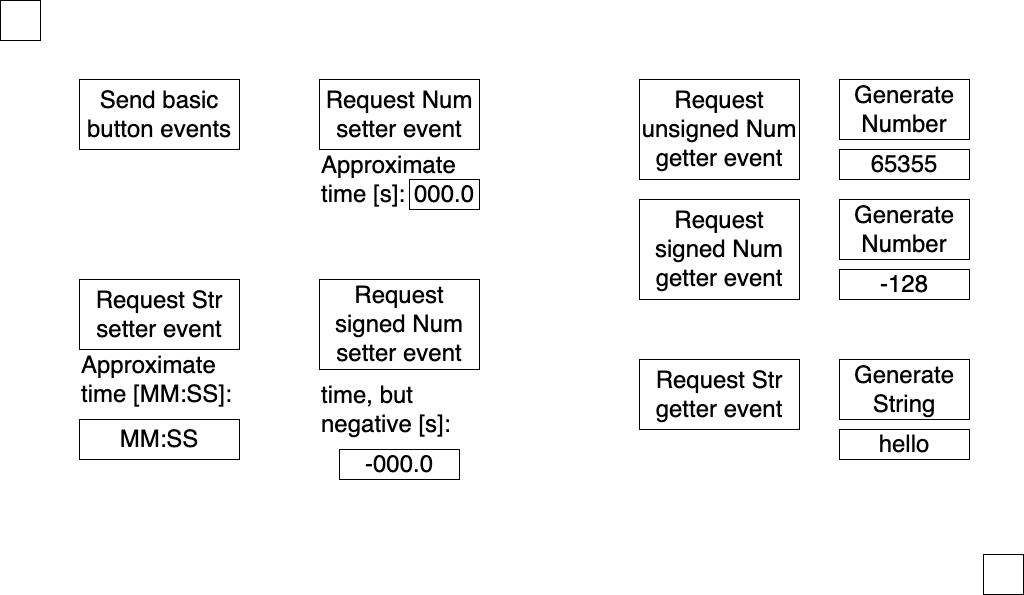
The draw.io diagram examples/NonBlocking/nonBlockingBackground.drawio.png in dotdash32/Enhanced-Nextion-Library, before a commit. Source tidied: cells renumbered, new cells last; positions are measured from the earlier drawing's top-left corner, leaving out a move shared by most shapes.
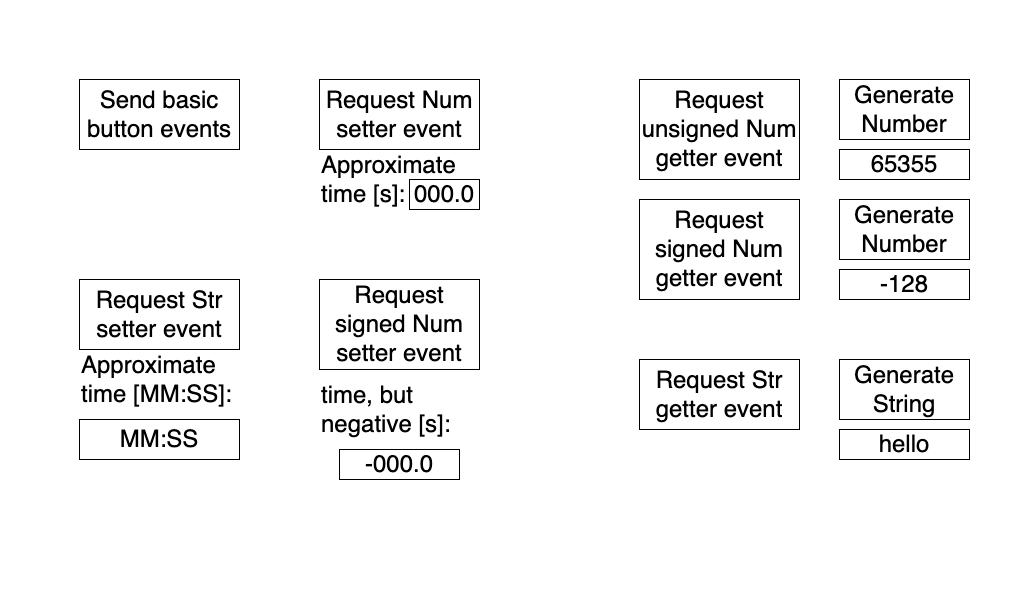
Above is the later version.

Commit message:
feat: update example to include all blocking code

Change to the diagram source:
```diff
@@ -1,4 +1,4 @@
-<mxGraphModel>
+<mxGraphModel background="#FFFFFF">
   <root>
     <mxCell id="0" />
     <mxCell id="1" parent="0" />
@@ -59,10 +59,10 @@
     <mxCell id="20" value="Generate Number" style="rounded=0;whiteSpace=wrap;html=1;fontSize=24;" parent="1" vertex="1">
       <mxGeometry x="839" y="199" width="130" height="60" as="geometry" />
     </mxCell>
-    <mxCell id="21" style="rounded=0;whiteSpace=wrap;html=1;" parent="1" vertex="1">
+    <mxCell id="21" style="rounded=0;whiteSpace=wrap;html=1;strokeColor=none;" parent="1" vertex="1">
       <mxGeometry width="40" height="40" as="geometry" />
     </mxCell>
-    <mxCell id="22" style="rounded=0;whiteSpace=wrap;html=1;" parent="1" vertex="1">
+    <mxCell id="22" style="rounded=0;whiteSpace=wrap;html=1;strokeColor=none;" parent="1" vertex="1">
       <mxGeometry x="983" y="554" width="40" height="40" as="geometry" />
     </mxCell>
   </root>
```
